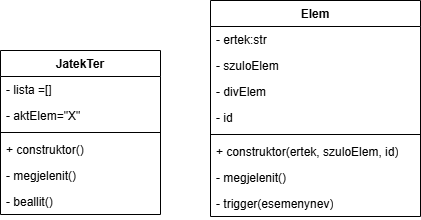
MidnightCrow00/ticTacToeOOP keeps this draw.io diagram as uml.png. Above is the earlier version. Source tidied: cells renumbered, new cells last; positions are measured from the earlier drawing's top-left corner, leaving out a move shared by most shapes. Source of this version:
```xml
<mxGraphModel>
  <root>
    <mxCell id="0" />
    <mxCell id="1" parent="0" />
    <mxCell id="2" value="JatekTer" style="swimlane;fontStyle=1;align=center;verticalAlign=top;horizontal=1;startSize=26;whiteSpace=wrap;html=1;" parent="1" vertex="1">
      <mxGeometry y="50" width="160" height="164" as="geometry" />
    </mxCell>
    <mxCell id="3" value="- lista =[]" style="text;strokeColor=none;fillColor=none;align=left;verticalAlign=top;spacingLeft=4;spacingRight=4;overflow=hidden;whiteSpace=wrap;html=1;" parent="2" vertex="1">
      <mxGeometry y="26" width="160" height="26" as="geometry" />
    </mxCell>
    <mxCell id="4" value="- aktElem=&quot;X&quot;" style="text;strokeColor=none;fillColor=none;align=left;verticalAlign=top;spacingLeft=4;spacingRight=4;overflow=hidden;whiteSpace=wrap;html=1;" parent="2" vertex="1">
      <mxGeometry y="52" width="160" height="26" as="geometry" />
    </mxCell>
    <mxCell id="5" style="line;strokeWidth=1;fillColor=none;align=left;verticalAlign=middle;spacingTop=-1;spacingLeft=3;spacingRight=3;labelPosition=right;strokeColor=inherit;" parent="2" vertex="1">
      <mxGeometry y="78" width="160" height="8" as="geometry" />
    </mxCell>
    <mxCell id="6" value="+ construktor()" style="text;strokeColor=none;fillColor=none;align=left;verticalAlign=top;spacingLeft=4;spacingRight=4;overflow=hidden;whiteSpace=wrap;html=1;" parent="2" vertex="1">
      <mxGeometry y="86" width="160" height="26" as="geometry" />
    </mxCell>
    <mxCell id="7" value="- megjelenit()" style="text;strokeColor=none;fillColor=none;align=left;verticalAlign=top;spacingLeft=4;spacingRight=4;overflow=hidden;whiteSpace=wrap;html=1;" parent="2" vertex="1">
      <mxGeometry y="112" width="160" height="26" as="geometry" />
    </mxCell>
    <mxCell id="8" value="- beallit()" style="text;strokeColor=none;fillColor=none;align=left;verticalAlign=top;spacingLeft=4;spacingRight=4;overflow=hidden;whiteSpace=wrap;html=1;" parent="2" vertex="1">
      <mxGeometry y="138" width="160" height="26" as="geometry" />
    </mxCell>
    <mxCell id="9" value="Elem" style="swimlane;fontStyle=1;align=center;verticalAlign=top;horizontal=1;startSize=26;whiteSpace=wrap;html=1;" parent="1" vertex="1">
      <mxGeometry x="210" width="210" height="216" as="geometry" />
    </mxCell>
    <mxCell id="10" value="- ertek:str" style="text;strokeColor=none;fillColor=none;align=left;verticalAlign=top;spacingLeft=4;spacingRight=4;overflow=hidden;whiteSpace=wrap;html=1;" parent="9" vertex="1">
      <mxGeometry y="26" width="210" height="26" as="geometry" />
    </mxCell>
    <mxCell id="11" value="- szuloElem" style="text;strokeColor=none;fillColor=none;align=left;verticalAlign=top;spacingLeft=4;spacingRight=4;overflow=hidden;whiteSpace=wrap;html=1;" parent="9" vertex="1">
      <mxGeometry y="52" width="210" height="26" as="geometry" />
    </mxCell>
    <mxCell id="12" value="- divElem" style="text;strokeColor=none;fillColor=none;align=left;verticalAlign=top;spacingLeft=4;spacingRight=4;overflow=hidden;whiteSpace=wrap;html=1;" parent="9" vertex="1">
      <mxGeometry y="78" width="210" height="26" as="geometry" />
    </mxCell>
    <mxCell id="13" value="- id" style="text;strokeColor=none;fillColor=none;align=left;verticalAlign=top;spacingLeft=4;spacingRight=4;overflow=hidden;whiteSpace=wrap;html=1;" parent="9" vertex="1">
      <mxGeometry y="104" width="210" height="26" as="geometry" />
    </mxCell>
    <mxCell id="14" style="line;strokeWidth=1;fillColor=none;align=left;verticalAlign=middle;spacingTop=-1;spacingLeft=3;spacingRight=3;labelPosition=right;strokeColor=inherit;" parent="9" vertex="1">
      <mxGeometry y="130" width="210" height="8" as="geometry" />
    </mxCell>
    <mxCell id="15" value="+ construktor(ertek, szuloElem, id)" style="text;strokeColor=none;fillColor=none;align=left;verticalAlign=top;spacingLeft=4;spacingRight=4;overflow=hidden;whiteSpace=wrap;html=1;" parent="9" vertex="1">
      <mxGeometry y="138" width="210" height="26" as="geometry" />
    </mxCell>
    <mxCell id="16" value="- megjelenit()" style="text;strokeColor=none;fillColor=none;align=left;verticalAlign=top;spacingLeft=4;spacingRight=4;overflow=hidden;whiteSpace=wrap;html=1;" parent="9" vertex="1">
      <mxGeometry y="164" width="210" height="26" as="geometry" />
    </mxCell>
    <mxCell id="17" value="- trigger(esemenynev)" style="text;strokeColor=none;fillColor=none;align=left;verticalAlign=top;spacingLeft=4;spacingRight=4;overflow=hidden;whiteSpace=wrap;html=1;" parent="9" vertex="1">
      <mxGeometry y="190" width="210" height="26" as="geometry" />
    </mxCell>
  </root>
</mxGraphModel>
```
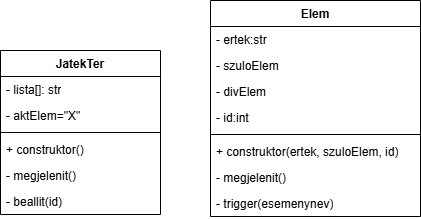
Later version of the same file.

What changed in the source:
```diff
@@ -5,7 +5,7 @@
     <mxCell id="2" value="JatekTer" style="swimlane;fontStyle=1;align=center;verticalAlign=top;horizontal=1;startSize=26;whiteSpace=wrap;html=1;" parent="1" vertex="1">
       <mxGeometry y="50" width="160" height="164" as="geometry" />
     </mxCell>
-    <mxCell id="3" value="- lista =[]" style="text;strokeColor=none;fillColor=none;align=left;verticalAlign=top;spacingLeft=4;spacingRight=4;overflow=hidden;whiteSpace=wrap;html=1;" parent="2" vertex="1">
+    <mxCell id="3" value="- lista[]: str" style="text;strokeColor=none;fillColor=none;align=left;verticalAlign=top;spacingLeft=4;spacingRight=4;overflow=hidden;whiteSpace=wrap;html=1;" parent="2" vertex="1">
       <mxGeometry y="26" width="160" height="26" as="geometry" />
     </mxCell>
     <mxCell id="4" value="- aktElem=&quot;X&quot;" style="text;strokeColor=none;fillColor=none;align=left;verticalAlign=top;spacingLeft=4;spacingRight=4;overflow=hidden;whiteSpace=wrap;html=1;" parent="2" vertex="1">
@@ -20,7 +20,7 @@
     <mxCell id="7" value="- megjelenit()" style="text;strokeColor=none;fillColor=none;align=left;verticalAlign=top;spacingLeft=4;spacingRight=4;overflow=hidden;whiteSpace=wrap;html=1;" parent="2" vertex="1">
       <mxGeometry y="112" width="160" height="26" as="geometry" />
     </mxCell>
-    <mxCell id="8" value="- beallit()" style="text;strokeColor=none;fillColor=none;align=left;verticalAlign=top;spacingLeft=4;spacingRight=4;overflow=hidden;whiteSpace=wrap;html=1;" parent="2" vertex="1">
+    <mxCell id="8" value="- beallit(id)" style="text;strokeColor=none;fillColor=none;align=left;verticalAlign=top;spacingLeft=4;spacingRight=4;overflow=hidden;whiteSpace=wrap;html=1;" parent="2" vertex="1">
       <mxGeometry y="138" width="160" height="26" as="geometry" />
     </mxCell>
     <mxCell id="9" value="Elem" style="swimlane;fontStyle=1;align=center;verticalAlign=top;horizontal=1;startSize=26;whiteSpace=wrap;html=1;" parent="1" vertex="1">
@@ -35,7 +35,7 @@
     <mxCell id="12" value="- divElem" style="text;strokeColor=none;fillColor=none;align=left;verticalAlign=top;spacingLeft=4;spacingRight=4;overflow=hidden;whiteSpace=wrap;html=1;" parent="9" vertex="1">
       <mxGeometry y="78" width="210" height="26" as="geometry" />
     </mxCell>
-    <mxCell id="13" value="- id" style="text;strokeColor=none;fillColor=none;align=left;verticalAlign=top;spacingLeft=4;spacingRight=4;overflow=hidden;whiteSpace=wrap;html=1;" parent="9" vertex="1">
+    <mxCell id="13" value="- id:int" style="text;strokeColor=none;fillColor=none;align=left;verticalAlign=top;spacingLeft=4;spacingRight=4;overflow=hidden;whiteSpace=wrap;html=1;" parent="9" vertex="1">
       <mxGeometry y="104" width="210" height="26" as="geometry" />
     </mxCell>
     <mxCell id="14" style="line;strokeWidth=1;fillColor=none;align=left;verticalAlign=middle;spacingTop=-1;spacingLeft=3;spacingRight=3;labelPosition=right;strokeColor=inherit;" parent="9" vertex="1">
```
